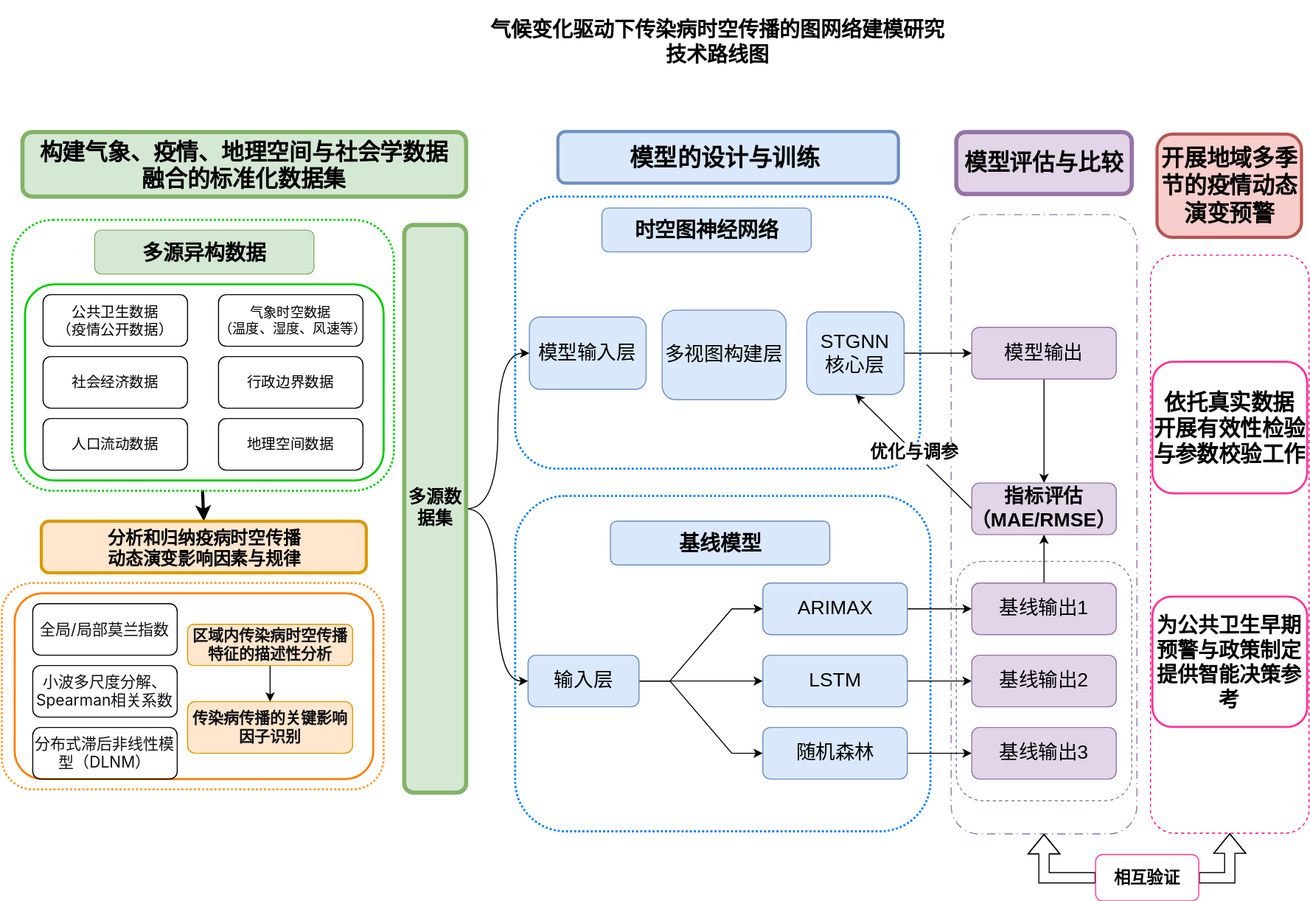
Earlier version of the draw.io export 技术路线图.drawio.svg (jyi-hub/DLEP). Source tidied: cells renumbered, new cells last; positions are measured from the earlier drawing's top-left corner, leaving out a move shared by most shapes.
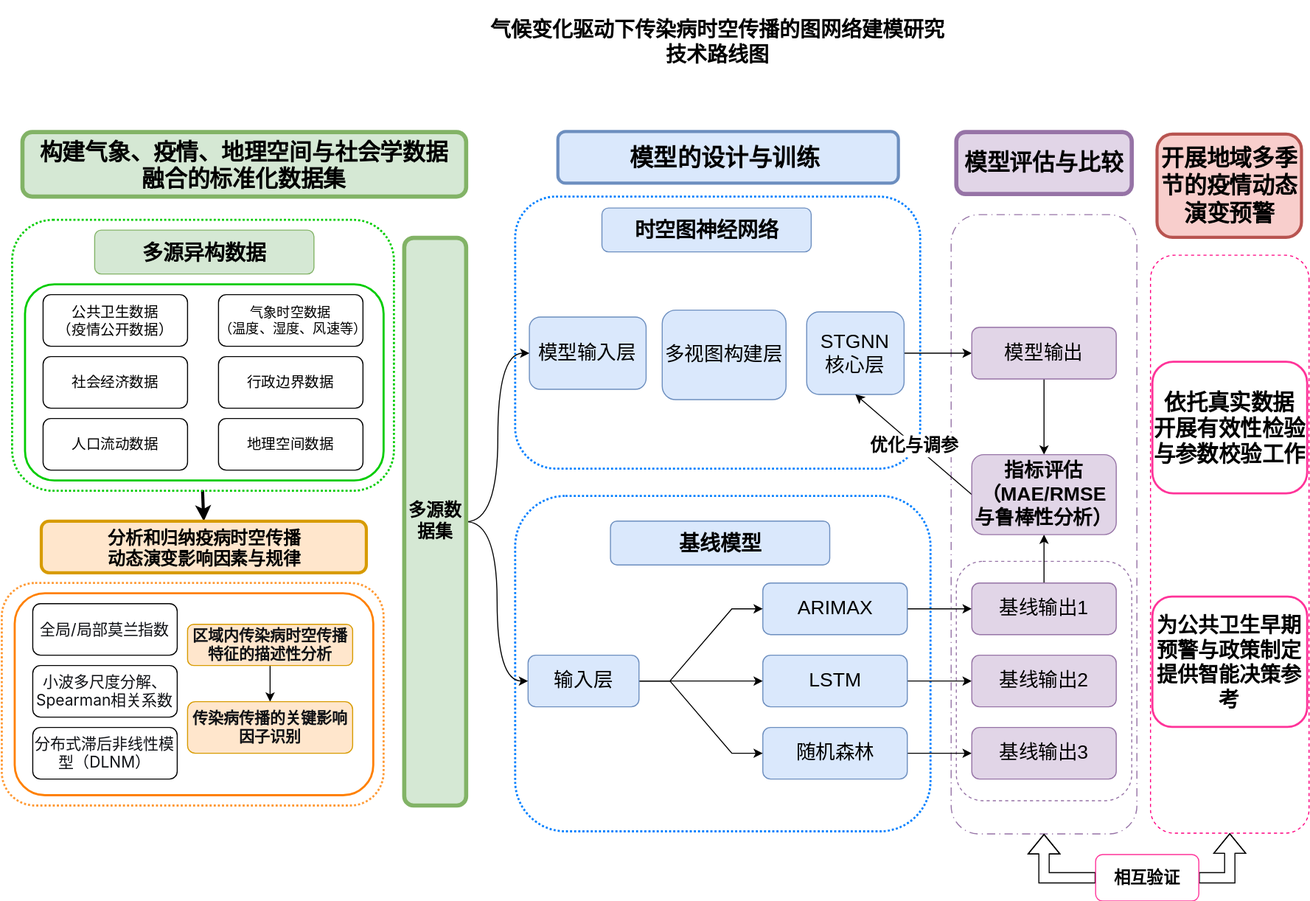
Above is the later version.

Commit message:
更新技术路线图.drawio.svg

Diff of the diagram source:
```diff
@@ -57,10 +57,10 @@
       <mxGeometry x="210" y="405" width="140" height="50" as="geometry" />
     </mxCell>
     <mxCell id="20" style="rounded=1;whiteSpace=wrap;html=1;fillColor=none;dashed=1;dashPattern=1 1;strokeWidth=2;strokeColor=#FF9933;" parent="1" vertex="1">
-      <mxGeometry y="564.4" width="370" height="200" as="geometry" />
+      <mxGeometry y="564.4" width="370" height="215.6" as="geometry" />
     </mxCell>
     <mxCell id="21" style="rounded=1;whiteSpace=wrap;html=1;fillColor=none;strokeColor=#FF8000;shadow=0;glass=1;strokeWidth=2;" parent="1" vertex="1">
-      <mxGeometry x="12.5" y="574.4" width="347.5" height="180" as="geometry" />
+      <mxGeometry x="12.5" y="574.4" width="347.5" height="195.6" as="geometry" />
     </mxCell>
     <mxCell id="22" value="&lt;font style=&quot;font-size: 17px;&quot;&gt;分析和归纳疫病时空传播&lt;/font&gt;&lt;div&gt;&lt;font style=&quot;font-size: 17px;&quot;&gt;动态演变影响因素与规律&lt;/font&gt;&lt;/div&gt;" style="rounded=1;whiteSpace=wrap;html=1;fillColor=#ffe6cc;strokeColor=#d79b00;strokeWidth=3;fontSize=14;align=center;verticalAlign=top;fontStyle=1;" parent="1" vertex="1">
       <mxGeometry x="38.8" y="505" width="315" height="50" as="geometry" />
@@ -180,7 +180,7 @@
       <mxGeometry relative="1" as="geometry" />
     </mxCell>
     <mxCell id="60" value="&lt;font style=&quot;font-size: 17px;&quot;&gt;&lt;b&gt;多源数据集&lt;/b&gt;&lt;/font&gt;" style="rounded=1;whiteSpace=wrap;html=1;fillColor=#d5e8d4;strokeColor=#82b366;gradientDirection=north;strokeWidth=4;" parent="1" vertex="1">
-      <mxGeometry x="390" y="217.5" width="60" height="550" as="geometry" />
+      <mxGeometry x="390" y="230" width="60" height="550" as="geometry" />
     </mxCell>
     <mxCell id="61" style="rounded=0;jettySize=auto;html=1;exitX=0;exitY=0.5;exitDx=0;exitDy=0;entryX=0.5;entryY=1;entryDx=0;entryDy=0;fontSize=16;" parent="1" edge="1" source="63" target="41">
       <mxGeometry relative="1" as="geometry" />
@@ -188,8 +188,8 @@
     <mxCell id="62" value="&lt;font&gt;优化与调参&lt;/font&gt;" style="edgeLabel;html=1;align=center;verticalAlign=middle;fontSize=17;fontStyle=1;" parent="61" vertex="1">
       <mxGeometry y="1" relative="1" as="geometry" />
     </mxCell>
-    <mxCell id="63" value="指标评估&lt;div&gt;（MAE/RMSE）&lt;/div&gt;" style="rounded=1;whiteSpace=wrap;html=1;fillColor=#e1d5e7;strokeColor=#9673a6;fontSize=19;fontStyle=1;" parent="1" vertex="1">
-      <mxGeometry x="940" y="467.5" width="140" height="50" as="geometry" />
+    <mxCell id="63" value="指标评估&lt;div&gt;（MAE/RMSE与鲁棒性分析）&lt;/div&gt;" style="rounded=1;whiteSpace=wrap;html=1;fillColor=#e1d5e7;strokeColor=#9673a6;fontSize=19;fontStyle=1;" parent="1" vertex="1">
+      <mxGeometry x="940" y="440" width="140" height="77.5" as="geometry" />
     </mxCell>
     <mxCell id="64" value="&lt;font&gt;模型评估与比较&lt;/font&gt;" style="rounded=1;whiteSpace=wrap;html=1;fillColor=#e1d5e7;strokeColor=#9673a6;fontSize=22;fontStyle=1;strokeWidth=4;" parent="1" vertex="1">
       <mxGeometry x="925" y="127.5" width="170" height="60" as="geometry" />
```
